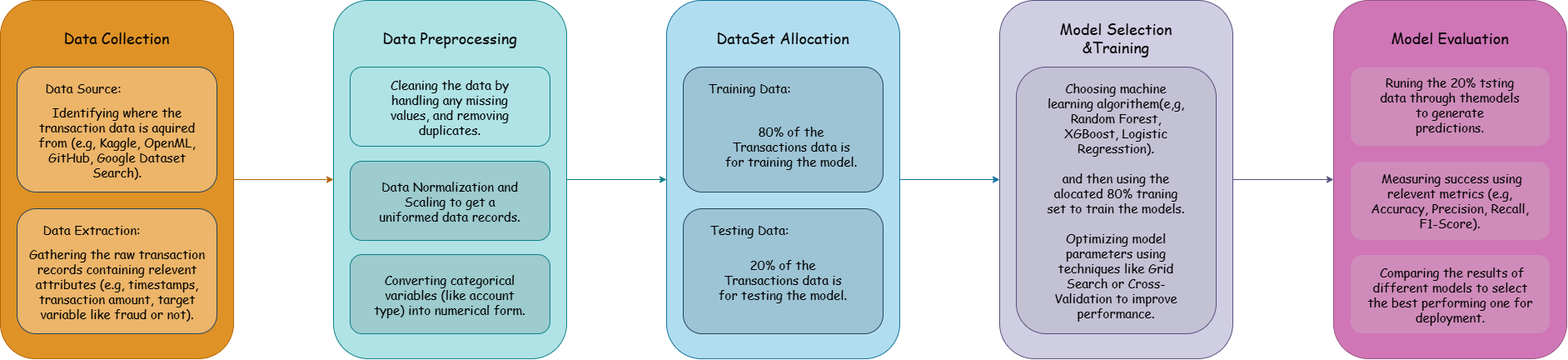
Before: methodology diagram .png, a diagram exported from draw.io (HawraAlmadeh/ARTI308-Lab2). Source tidied: cells renumbered, new cells last; positions are measured from the earlier drawing's top-left corner, leaving out a move shared by most shapes.
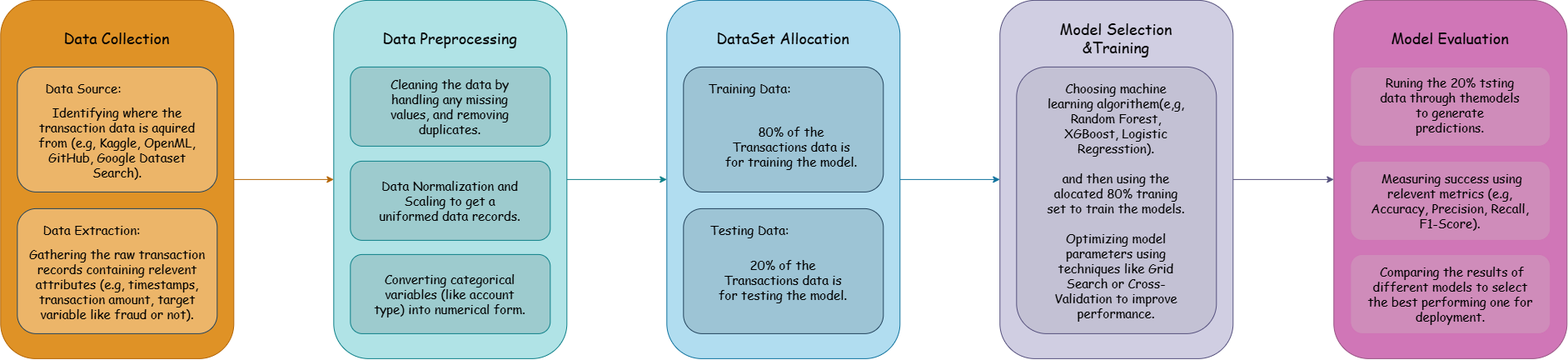
After the commit.

What changed in the source:
```diff
@@ -44,7 +44,7 @@
     <mxCell id="15" value="Data Preprocessing" style="text;html=1;whiteSpace=wrap;strokeColor=none;fillColor=none;align=center;verticalAlign=middle;rounded=0;fontSize=18;fontFamily=Comic Sans MS;" parent="1" vertex="1">
       <mxGeometry x="450" y="30" width="180" height="30" as="geometry" />
     </mxCell>
-    <mxCell id="16" style="rounded=1;whiteSpace=wrap;html=1;fillColor=light-dark(#B0E3E6,#89B3B5);strokeColor=#0e8088;fillStyle=solid;fillOpacity=50;gradientColor=none;" parent="1" vertex="1">
+    <mxCell id="16" style="rounded=1;whiteSpace=wrap;html=1;fillColor=light-dark(#89B3B5,#89B3B5);strokeColor=#0e8088;fillStyle=solid;fillOpacity=50;gradientColor=none;" parent="1" vertex="1">
       <mxGeometry x="420" y="80" width="240" height="95" as="geometry" />
     </mxCell>
     <mxCell id="17" style="rounded=1;whiteSpace=wrap;html=1;fillColor=light-dark(#D076B7,#532F49);strokeColor=light-dark(#985584,#CF74B5);" parent="1" vertex="1">
```
